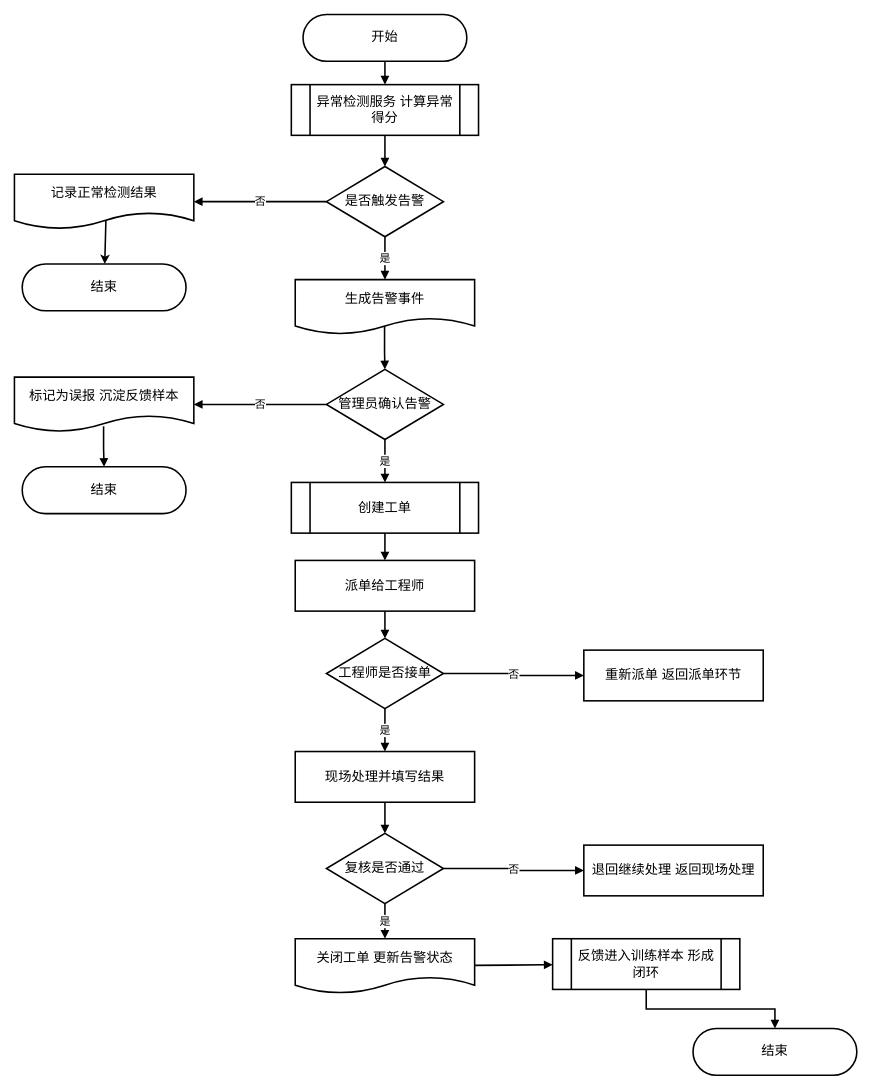
Before: pictures_drawio/告警与工单闭环流程图.drawio in solisW/my_thesis_system, a draw.io diagram. Source tidied: cells renumbered, new cells numbered last; positions are measured from the earlier drawing's top-left corner, leaving out a move shared by most shapes. Both pictures are drawn from the tidied source at 78%, with x=0, y=0 at pixel (14, 14).
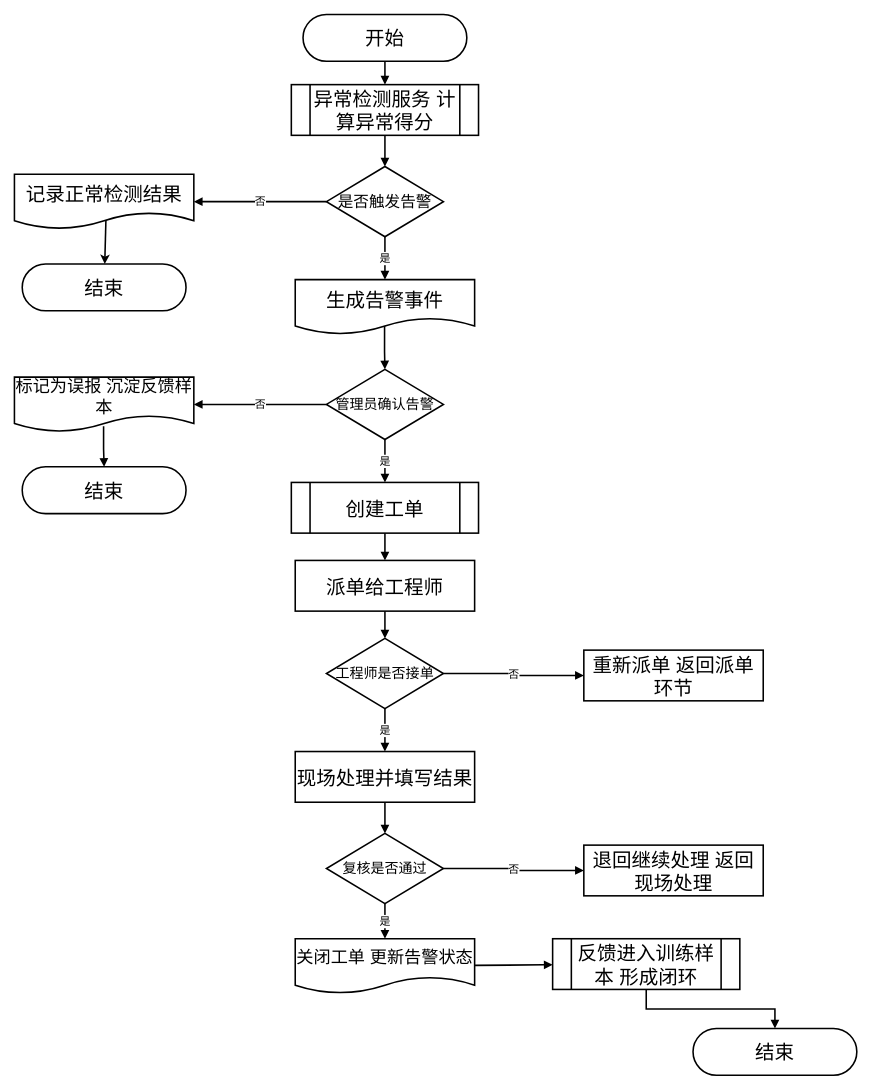
The same page after the edit.

Diff of the diagram source:
```diff
@@
-    <mxCell id="2" value="开始" style="rounded=1;arcSize=50;whiteSpace=wrap;html=1;fillColor=#ffffff;strokeColor=#000000;strokeWidth=2;fontSize=17;" parent="1" vertex="1">
+    <mxCell id="2" value="&lt;font style=&quot;font-size: 25px;&quot;&gt;开始&lt;/font&gt;" style="rounded=1;arcSize=50;whiteSpace=wrap;html=1;fillColor=#ffffff;strokeColor=#000000;strokeWidth=2;fontSize=17;" parent="1" vertex="1">
       <mxGeometry x="370" width="210" height="60" as="geometry" />
     </mxCell>
-    <mxCell id="3" value="异常检测服务 计算异常得分" style="shape=process;whiteSpace=wrap;html=1;backgroundOutline=1;fillColor=#ffffff;strokeColor=#000000;strokeWidth=2;fontSize=17;" parent="1" vertex="1">
+    <mxCell id="3" value="&lt;font style=&quot;font-size: 25px;&quot;&gt;异常检测服务 计算异常得分&lt;/font&gt;" style="shape=process;whiteSpace=wrap;html=1;backgroundOutline=1;fillColor=#ffffff;strokeColor=#000000;strokeWidth=2;fontSize=17;" parent="1" vertex="1">
       <mxGeometry x="355" y="90" width="240" height="65" as="geometry" />
     </mxCell>
-    <mxCell id="4" value="是否触发告警" style="rhombus;whiteSpace=wrap;html=1;fillColor=#ffffff;strokeColor=#000000;strokeWidth=2;fontSize=17;" parent="1" vertex="1">
+    <mxCell id="4" value="&lt;font style=&quot;font-size: 20px;&quot;&gt;是否触发告警&lt;/font&gt;" style="rhombus;whiteSpace=wrap;html=1;fillColor=#ffffff;strokeColor=#000000;strokeWidth=2;fontSize=17;" parent="1" vertex="1">
       <mxGeometry x="400" y="195" width="150" height="90" as="geometry" />
     </mxCell>
@@
-    <mxCell id="6" value="记录正常检测结果" style="shape=document;whiteSpace=wrap;html=1;boundedLbl=1;fillColor=#ffffff;strokeColor=#000000;strokeWidth=2;fontSize=17;" parent="1" vertex="1">
+    <mxCell id="6" value="&lt;font style=&quot;font-size: 25px;&quot;&gt;记录正常检测结果&lt;/font&gt;" style="shape=document;whiteSpace=wrap;html=1;boundedLbl=1;fillColor=#ffffff;strokeColor=#000000;strokeWidth=2;fontSize=17;" parent="1" vertex="1">
       <mxGeometry y="205" width="230" height="70" as="geometry" />
     </mxCell>
-    <mxCell id="7" value="结束" style="rounded=1;arcSize=50;whiteSpace=wrap;html=1;fillColor=#ffffff;strokeColor=#000000;strokeWidth=2;fontSize=17;" parent="1" vertex="1">
+    <mxCell id="7" value="&lt;font style=&quot;font-size: 25px;&quot;&gt;结束&lt;/font&gt;" style="rounded=1;arcSize=50;whiteSpace=wrap;html=1;fillColor=#ffffff;strokeColor=#000000;strokeWidth=2;fontSize=17;" parent="1" vertex="1">
       <mxGeometry x="10" y="320" width="210" height="60" as="geometry" />
     </mxCell>
-    <mxCell id="8" value="生成告警事件" style="shape=document;whiteSpace=wrap;html=1;boundedLbl=1;fillColor=#ffffff;strokeColor=#000000;strokeWidth=2;fontSize=17;" parent="1" vertex="1">
+    <mxCell id="8" value="&lt;font style=&quot;font-size: 25px;&quot;&gt;生成告警事件&lt;/font&gt;" style="shape=document;whiteSpace=wrap;html=1;boundedLbl=1;fillColor=#ffffff;strokeColor=#000000;strokeWidth=2;fontSize=17;" parent="1" vertex="1">
       <mxGeometry x="360" y="340" width="230" height="70" as="geometry" />
     </mxCell>
-    <mxCell id="9" value="管理员确认告警" style="rhombus;whiteSpace=wrap;html=1;fillColor=#ffffff;strokeColor=#000000;strokeWidth=2;fontSize=17;" parent="1" vertex="1">
+    <mxCell id="9" value="&lt;font style=&quot;font-size: 18px;&quot;&gt;管理员确认告警&lt;/font&gt;" style="rhombus;whiteSpace=wrap;html=1;fillColor=#ffffff;strokeColor=#000000;strokeWidth=2;fontSize=17;" parent="1" vertex="1">
       <mxGeometry x="400" y="455" width="150" height="90" as="geometry" />
     </mxCell>
-    <mxCell id="10" value="标记为误报 沉淀反馈样本" style="shape=document;whiteSpace=wrap;html=1;boundedLbl=1;fillColor=#ffffff;strokeColor=#000000;strokeWidth=2;fontSize=17;" parent="1" vertex="1">
+    <mxCell id="10" value="&lt;font style=&quot;font-size: 22px;&quot;&gt;标记为误报 沉淀反馈样本&lt;/font&gt;" style="shape=document;whiteSpace=wrap;html=1;boundedLbl=1;fillColor=#ffffff;strokeColor=#000000;strokeWidth=2;fontSize=17;" parent="1" vertex="1">
       <mxGeometry y="465" width="230" height="70" as="geometry" />
     </mxCell>
-    <mxCell id="11" value="结束" style="rounded=1;arcSize=50;whiteSpace=wrap;html=1;fillColor=#ffffff;strokeColor=#000000;strokeWidth=2;fontSize=17;" parent="1" vertex="1">
+    <mxCell id="11" value="&lt;font style=&quot;font-size: 25px;&quot;&gt;结束&lt;/font&gt;" style="rounded=1;arcSize=50;whiteSpace=wrap;html=1;fillColor=#ffffff;strokeColor=#000000;strokeWidth=2;fontSize=17;" parent="1" vertex="1">
       <mxGeometry x="10" y="580" width="210" height="60" as="geometry" />
     </mxCell>
-    <mxCell id="12" value="创建工单" style="shape=process;whiteSpace=wrap;html=1;backgroundOutline=1;fillColor=#ffffff;strokeColor=#000000;strokeWidth=2;fontSize=17;" parent="1" vertex="1">
+    <mxCell id="12" value="&lt;font style=&quot;font-size: 25px;&quot;&gt;创建工单&lt;/font&gt;" style="shape=process;whiteSpace=wrap;html=1;backgroundOutline=1;fillColor=#ffffff;strokeColor=#000000;strokeWidth=2;fontSize=17;" parent="1" vertex="1">
       <mxGeometry x="355" y="600" width="240" height="65" as="geometry" />
     </mxCell>
-    <mxCell id="13" value="派单给工程师" style="rounded=0;whiteSpace=wrap;html=1;fillColor=#ffffff;strokeColor=#000000;strokeWidth=2;fontSize=17;" parent="1" vertex="1">
+    <mxCell id="13" value="&lt;font style=&quot;font-size: 25px;&quot;&gt;派单给工程师&lt;/font&gt;" style="rounded=0;whiteSpace=wrap;html=1;fillColor=#ffffff;strokeColor=#000000;strokeWidth=2;fontSize=17;" parent="1" vertex="1">
       <mxGeometry x="360" y="700" width="230" height="65" as="geometry" />
     </mxCell>
-    <mxCell id="14" value="工程师是否接单" style="rhombus;whiteSpace=wrap;html=1;fillColor=#ffffff;strokeColor=#000000;strokeWidth=2;fontSize=17;" parent="1" vertex="1">
+    <mxCell id="14" value="&lt;font style=&quot;font-size: 18px;&quot;&gt;工程师是否接单&lt;/font&gt;" style="rhombus;whiteSpace=wrap;html=1;fillColor=#ffffff;strokeColor=#000000;strokeWidth=2;fontSize=17;" parent="1" vertex="1">
       <mxGeometry x="400" y="800" width="150" height="90" as="geometry" />
     </mxCell>
-    <mxCell id="15" value="重新派单 返回派单环节" style="rounded=0;whiteSpace=wrap;html=1;fillColor=#ffffff;strokeColor=#000000;strokeWidth=2;fontSize=17;" parent="1" vertex="1">
+    <mxCell id="15" value="&lt;font style=&quot;font-size: 25px;&quot;&gt;重新派单 返回派单环节&lt;/font&gt;" style="rounded=0;whiteSpace=wrap;html=1;fillColor=#ffffff;strokeColor=#000000;strokeWidth=2;fontSize=17;" parent="1" vertex="1">
       <mxGeometry x="730" y="815" width="230" height="65" as="geometry" />
     </mxCell>
-    <mxCell id="16" value="现场处理并填写结果" style="rounded=0;whiteSpace=wrap;html=1;fillColor=#ffffff;strokeColor=#000000;strokeWidth=2;fontSize=17;" parent="1" vertex="1">
+    <mxCell id="16" value="&lt;font style=&quot;font-size: 25px;&quot;&gt;现场处理并填写结果&lt;/font&gt;" style="rounded=0;whiteSpace=wrap;html=1;fillColor=#ffffff;strokeColor=#000000;strokeWidth=2;fontSize=17;" parent="1" vertex="1">
       <mxGeometry x="360" y="945" width="230" height="65" as="geometry" />
     </mxCell>
-    <mxCell id="17" value="复核是否通过" style="rhombus;whiteSpace=wrap;html=1;fillColor=#ffffff;strokeColor=#000000;strokeWidth=2;fontSize=17;" parent="1" vertex="1">
+    <mxCell id="17" value="&lt;font style=&quot;font-size: 18px;&quot;&gt;复核是否通过&lt;/font&gt;" style="rhombus;whiteSpace=wrap;html=1;fillColor=#ffffff;strokeColor=#000000;strokeWidth=2;fontSize=17;" parent="1" vertex="1">
       <mxGeometry x="400" y="1050" width="150" height="90" as="geometry" />
     </mxCell>
-    <mxCell id="18" value="退回继续处理 返回现场处理" style="rounded=0;whiteSpace=wrap;html=1;fillColor=#ffffff;strokeColor=#000000;strokeWidth=2;fontSize=17;" parent="1" vertex="1">
+    <mxCell id="18" value="&lt;font style=&quot;font-size: 25px;&quot;&gt;退回继续处理 返回现场处理&lt;/font&gt;" style="rounded=0;whiteSpace=wrap;html=1;fillColor=#ffffff;strokeColor=#000000;strokeWidth=2;fontSize=17;" parent="1" vertex="1">
       <mxGeometry x="730" y="1065" width="230" height="65" as="geometry" />
     </mxCell>
-    <mxCell id="19" value="关闭工单 更新告警状态" style="shape=document;whiteSpace=wrap;html=1;boundedLbl=1;fillColor=#ffffff;strokeColor=#000000;strokeWidth=2;fontSize=17;" parent="1" vertex="1">
+    <mxCell id="19" value="&lt;font style=&quot;font-size: 22px;&quot;&gt;关闭工单 更新告警状态&lt;/font&gt;" style="shape=document;whiteSpace=wrap;html=1;boundedLbl=1;fillColor=#ffffff;strokeColor=#000000;strokeWidth=2;fontSize=17;" parent="1" vertex="1">
       <mxGeometry x="360" y="1185" width="230" height="70" as="geometry" />
     </mxCell>
-    <mxCell id="20" value="反馈进入训练样本 形成闭环" style="shape=process;whiteSpace=wrap;html=1;backgroundOutline=1;fillColor=#ffffff;strokeColor=#000000;strokeWidth=2;fontSize=17;" parent="1" vertex="1">
+    <mxCell id="20" value="&lt;font style=&quot;font-size: 25px;&quot;&gt;反馈进入训练样本 形成闭环&lt;/font&gt;" style="shape=process;whiteSpace=wrap;html=1;backgroundOutline=1;fillColor=#ffffff;strokeColor=#000000;strokeWidth=2;fontSize=17;" parent="1" vertex="1">
       <mxGeometry x="690" y="1185" width="240" height="65" as="geometry" />
     </mxCell>
-    <mxCell id="21" value="结束" style="rounded=1;arcSize=50;whiteSpace=wrap;html=1;fillColor=#ffffff;strokeColor=#000000;strokeWidth=2;fontSize=17;" parent="1" vertex="1">
+    <mxCell id="21" value="&lt;font style=&quot;font-size: 25px;&quot;&gt;结束&lt;/font&gt;" style="rounded=1;arcSize=50;whiteSpace=wrap;html=1;fillColor=#ffffff;strokeColor=#000000;strokeWidth=2;fontSize=17;" parent="1" vertex="1">
       <mxGeometry x="870" y="1300" width="210" height="60" as="geometry" />
     </mxCell>
```
